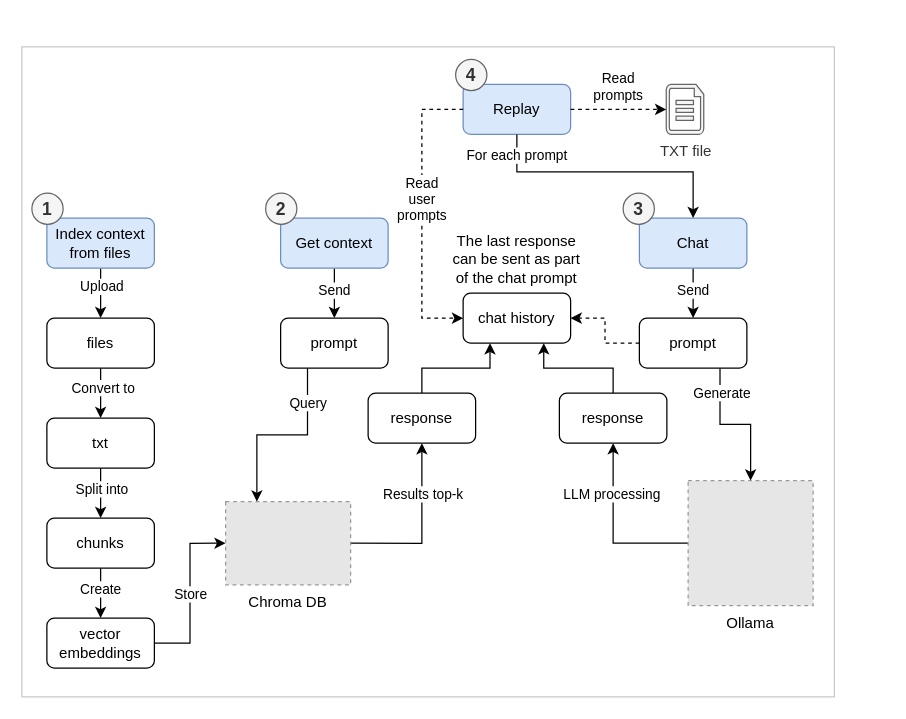
Earlier version of the draw.io diagram doc/app_flow.drawio (intentor/llm-workbench). Source tidied: cells renumbered, new cells numbered last; positions are measured from the earlier drawing's top-left corner, leaving out a move shared by most shapes. Both pictures are drawn from the tidied source at 125%, with x=0, y=0 at pixel (21, 46). Pictures stored in the file or linked from it are replaced by grey dashed boxes.
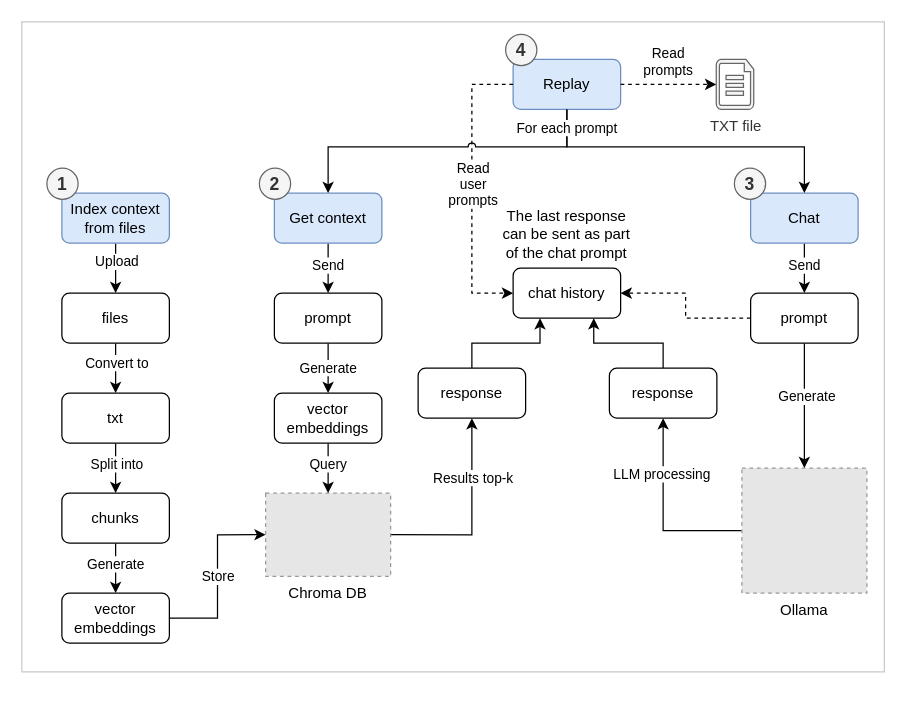
After the change.

Commit message (it also covers changes not shown here):
Update app flow on getting context data

Unchanged cells that the change refers to:
```xml
<mxCell id="14" style="edgeStyle=orthogonalEdgeStyle;rounded=0;jettySize=auto;html=1;entryX=0.5;entryY=0;entryDx=0;entryDy=0;" parent="1" edge="1" source="16" target="13">
  <mxGeometry relative="1" as="geometry" />
</mxCell>
<mxCell id="40" value="Get context" style="rounded=1;whiteSpace=wrap;html=1;fillColor=#dae8fc;strokeColor=#6c8ebf;" parent="39" vertex="1">
  <mxGeometry x="12" y="20" width="86" height="40" as="geometry" />
</mxCell>
<mxCell id="43" value="Chat" style="rounded=1;whiteSpace=wrap;html=1;fillColor=#dae8fc;strokeColor=#6c8ebf;" parent="42" vertex="1">
  <mxGeometry x="13" y="20" width="86" height="40" as="geometry" />
</mxCell>
<mxCell id="46" value="Replay" style="rounded=1;whiteSpace=wrap;html=1;fillColor=#dae8fc;strokeColor=#6c8ebf;" parent="45" vertex="1">
  <mxGeometry x="6" y="20" width="86" height="40" as="geometry" />
</mxCell>
```

Change to the diagram source:
```diff
@@
     <mxCell id="2" style="rounded=0;whiteSpace=wrap;html=1;strokeColor=#C9C9C9;" parent="1" vertex="1">
-      <mxGeometry width="650" height="520" as="geometry" />
+      <mxGeometry y="-20" width="690" height="520" as="geometry" />
     </mxCell>
     <mxCell id="3" style="edgeStyle=orthogonalEdgeStyle;rounded=0;jettySize=auto;html=1;exitX=1;exitY=0.5;exitDx=0;exitDy=0;entryX=0.5;entryY=1;entryDx=0;entryDy=0;" parent="1" edge="1" source="5" target="32">
       <mxGeometry relative="1" as="geometry">
         <Array as="points">
-          <mxPoint x="320" y="397" />
+          <mxPoint x="360" y="390" />
         </Array>
       </mxGeometry>
     </mxCell>
@@
     <mxCell id="5" value="Chroma DB" style="fillColor=#E6E6E6;strokeColor=#999999;dashed=1;verticalLabelPosition=bottom;labelBackgroundColor=default;verticalAlign=top;" parent="1" vertex="1">
-      <mxGeometry x="163" y="363.8" width="100" height="66.5" as="geometry" />
+      <mxGeometry x="195" y="357" width="100" height="66.5" as="geometry" />
     </mxCell>
@@
     <mxCell id="8" value="Ollama" style="fillColor=#E6E6E6;strokeColor=#999999;dashed=1;verticalLabelPosition=bottom;labelBackgroundColor=default;verticalAlign=top;" parent="1" vertex="1">
-      <mxGeometry x="533" y="347" width="100" height="100" as="geometry" />
+      <mxGeometry x="576" y="337" width="100" height="100" as="geometry" />
     </mxCell>
@@
     <mxCell id="13" value="txt" style="rounded=1;whiteSpace=wrap;html=1;" parent="1" vertex="1">
-      <mxGeometry x="20" y="297" width="86" height="40" as="geometry" />
+      <mxGeometry x="32" y="277" width="86" height="40" as="geometry" />
     </mxCell>
@@
     <mxCell id="15" value="Convert to" style="edgeLabel;html=1;align=center;verticalAlign=middle;" parent="14" vertex="1">
       <mxGeometry x="-0.3" y="1" relative="1" as="geometry">
-        <mxPoint y="1" as="offset" />
+        <mxPoint x="-1" y="1" as="offset" />
       </mxGeometry>
     </mxCell>
     <mxCell id="16" value="files" style="rounded=1;whiteSpace=wrap;html=1;" parent="1" vertex="1">
-      <mxGeometry x="20" y="217" width="86" height="40" as="geometry" />
+      <mxGeometry x="32" y="197" width="86" height="40" as="geometry" />
     </mxCell>
@@
     <mxCell id="18" value="vector embeddings" style="rounded=1;whiteSpace=wrap;html=1;" parent="1" vertex="1">
-      <mxGeometry x="20" y="457" width="86" height="40" as="geometry" />
+      <mxGeometry x="32" y="437" width="86" height="40" as="geometry" />
     </mxCell>
@@
-    <mxCell id="23" style="edgeStyle=orthogonalEdgeStyle;rounded=0;jettySize=auto;html=1;entryX=0.25;entryY=0;entryDx=0;entryDy=0;exitX=0.25;exitY=1;exitDx=0;exitDy=0;" parent="1" edge="1" source="25" target="5">
-      <mxGeometry relative="1" as="geometry" />
-    </mxCell>
-    <mxCell id="24" value="Query" style="edgeLabel;html=1;align=center;verticalAlign=middle;" parent="23" vertex="1">
-      <mxGeometry x="-0.7" relative="1" as="geometry">
-        <mxPoint y="5" as="offset" />
-      </mxGeometry>
-    </mxCell>
+    <mxCell id="58" value="Generate" style="edgeStyle=orthogonalEdgeStyle;rounded=0;jettySize=auto;html=1;exitX=0.5;exitY=1;exitDx=0;exitDy=0;" parent="1" edge="1" source="25" target="61">
+      <mxGeometry relative="1" as="geometry" />
+    </mxCell>
     <mxCell id="25" value="prompt" style="rounded=1;whiteSpace=wrap;html=1;" parent="1" vertex="1">
-      <mxGeometry x="207" y="217" width="86" height="40" as="geometry" />
+      <mxGeometry x="202" y="197" width="86" height="40" as="geometry" />
     </mxCell>
-    <mxCell id="26" style="edgeStyle=orthogonalEdgeStyle;rounded=0;jettySize=auto;html=1;exitX=0.75;exitY=1;exitDx=0;exitDy=0;" parent="1" edge="1" source="28" target="8">
+    <mxCell id="26" style="edgeStyle=orthogonalEdgeStyle;rounded=0;jettySize=auto;html=1;exitX=0.5;exitY=1;exitDx=0;exitDy=0;" parent="1" edge="1" source="28" target="8">
       <mxGeometry relative="1" as="geometry" />
     </mxCell>
     <mxCell id="27" value="Generate" style="edgeLabel;html=1;align=center;verticalAlign=middle;" parent="26" vertex="1">
-      <mxGeometry x="-0.66" y="1" relative="1" as="geometry" />
+      <mxGeometry x="-0.66" y="1" relative="1" as="geometry">
+        <mxPoint y="25" as="offset" />
+      </mxGeometry>
     </mxCell>
     <mxCell id="28" value="prompt" style="rounded=1;whiteSpace=wrap;html=1;" parent="1" vertex="1">
-      <mxGeometry x="494" y="217" width="86" height="40" as="geometry" />
+      <mxGeometry x="583" y="197" width="86" height="40" as="geometry" />
     </mxCell>
@@
     <mxCell id="30" value="chat history" style="rounded=1;whiteSpace=wrap;html=1;" parent="1" vertex="1">
-      <mxGeometry x="353" y="197" width="86" height="40" as="geometry" />
+      <mxGeometry x="393" y="177" width="86" height="40" as="geometry" />
     </mxCell>
@@
     <mxCell id="32" value="response" style="rounded=1;whiteSpace=wrap;html=1;" parent="1" vertex="1">
-      <mxGeometry x="277" y="277" width="86" height="40" as="geometry" />
+      <mxGeometry x="317" y="257" width="86" height="40" as="geometry" />
     </mxCell>
@@
     <mxCell id="34" value="response" style="rounded=1;whiteSpace=wrap;html=1;" parent="1" vertex="1">
-      <mxGeometry x="430" y="277" width="86" height="40" as="geometry" />
+      <mxGeometry x="470" y="257" width="86" height="40" as="geometry" />
     </mxCell>
     <mxCell id="35" value="The last response can be sent as part of the chat prompt" style="text;html=1;align=center;verticalAlign=middle;whiteSpace=wrap;rounded=0;" parent="1" vertex="1">
-      <mxGeometry x="342" y="146" width="108" height="47" as="geometry" />
+      <mxGeometry x="382" y="126" width="108" height="47" as="geometry" />
     </mxCell>
     <mxCell id="36" style="group;" parent="1" vertex="1">
-      <mxGeometry x="8" y="117" width="98" height="60" as="geometry" />
+      <mxGeometry x="20" y="97" width="98" height="60" as="geometry" />
     </mxCell>
@@
     <mxCell id="39" style="group;" parent="1" vertex="1">
-      <mxGeometry x="195" y="117" width="98" height="60" as="geometry" />
+      <mxGeometry x="190" y="97" width="98" height="60" as="geometry" />
     </mxCell>
@@
     <mxCell id="42" style="group;" parent="1" vertex="1">
-      <mxGeometry x="481" y="117" width="99" height="60" as="geometry" />
+      <mxGeometry x="570" y="97" width="99" height="60" as="geometry" />
     </mxCell>
@@
     <mxCell id="45" style="group;" parent="1" vertex="1">
-      <mxGeometry x="347" y="10" width="98" height="60" as="geometry" />
+      <mxGeometry x="387" y="-10" width="98" height="60" as="geometry" />
     </mxCell>
@@
     <mxCell id="48" value="TXT file" style="verticalLabelPosition=bottom;html=1;verticalAlign=top;align=center;strokeColor=#666666;fillColor=#f5f5f5;shape=mxgraph.azure.cloud_services_configuration_file;fontColor=#333333;" parent="1" vertex="1">
-      <mxGeometry x="515.5" y="30" width="30" height="40" as="geometry" />
+      <mxGeometry x="555.5" y="10" width="30" height="40" as="geometry" />
     </mxCell>
@@
     <mxCell id="51" style="edgeStyle=orthogonalEdgeStyle;rounded=0;jettySize=auto;html=1;exitX=0;exitY=0.5;exitDx=0;exitDy=0;entryX=0;entryY=0.5;entryDx=0;entryDy=0;dashed=1;" parent="1" edge="1" source="46" target="30">
       <mxGeometry relative="1" as="geometry">
         <Array as="points">
-          <mxPoint x="320" y="50" />
-          <mxPoint x="320" y="217" />
+          <mxPoint x="360" y="30" />
+          <mxPoint x="360" y="197" />
         </Array>
       </mxGeometry>
     </mxCell>
     <mxCell id="52" value="Read&lt;div&gt;user&lt;br&gt;&lt;div&gt;prompts&lt;/div&gt;&lt;/div&gt;" style="edgeLabel;html=1;align=center;verticalAlign=middle;" parent="51" vertex="1">
       <mxGeometry x="-0.25" y="-1" relative="1" as="geometry">
-        <mxPoint y="17" as="offset" />
+        <mxPoint x="1" y="25" as="offset" />
       </mxGeometry>
     </mxCell>
+    <mxCell id="55" style="edgeStyle=orthogonalEdgeStyle;rounded=0;jettySize=auto;html=1;exitX=0.5;exitY=1;exitDx=0;exitDy=0;entryX=0.5;entryY=0;entryDx=0;entryDy=0;" parent="1" edge="1" source="57" target="18">
+      <mxGeometry relative="1" as="geometry" />
+    </mxCell>
+    <mxCell id="56" value="Generate" style="edgeLabel;html=1;align=center;verticalAlign=middle;" parent="55" vertex="1">
+      <mxGeometry x="-0.2" y="2" relative="1" as="geometry">
+        <mxPoint x="-3" as="offset" />
+      </mxGeometry>
+    </mxCell>
+    <mxCell id="59" style="edgeStyle=orthogonalEdgeStyle;rounded=0;jettySize=auto;html=1;entryX=0.5;entryY=0;entryDx=0;entryDy=0;jumpStyle=arc;" parent="1" edge="1" source="46" target="40">
+      <mxGeometry relative="1" as="geometry">
+        <Array as="points">
+          <mxPoint x="436" y="80" />
+          <mxPoint x="245" y="80" />
+        </Array>
+      </mxGeometry>
+    </mxCell>
+    <mxCell id="57" value="chunks" style="rounded=1;whiteSpace=wrap;html=1;" parent="1" vertex="1">
+      <mxGeometry x="32" y="357" width="86" height="40" as="geometry" />
+    </mxCell>
+    <mxCell id="60" style="edgeStyle=orthogonalEdgeStyle;rounded=0;jettySize=auto;html=1;exitX=0.5;exitY=1;exitDx=0;exitDy=0;entryX=0.5;entryY=0;entryDx=0;entryDy=0;" parent="1" edge="1" source="61" target="5">
+      <mxGeometry relative="1" as="geometry" />
+    </mxCell>
+    <mxCell id="24" value="Query" style="edgeLabel;html=1;align=center;verticalAlign=middle;" parent="60" vertex="1">
+      <mxGeometry x="0.15" y="1" relative="1" as="geometry">
+        <mxPoint x="-2" y="-7" as="offset" />
+      </mxGeometry>
+    </mxCell>
+    <mxCell id="61" value="vector embeddings" style="rounded=1;whiteSpace=wrap;html=1;" parent="1" vertex="1">
+      <mxGeometry x="202" y="277" width="86" height="40" as="geometry" />
+    </mxCell>
     <mxCell id="53" style="edgeStyle=orthogonalEdgeStyle;rounded=0;jettySize=auto;html=1;entryX=0.5;entryY=0;entryDx=0;entryDy=0;exitX=0.5;exitY=1;exitDx=0;exitDy=0;" parent="1" edge="1" source="46" target="43">
       <mxGeometry relative="1" as="geometry">
         <Array as="points">
-          <mxPoint x="396" y="100" />
-          <mxPoint x="537" y="100" />
+          <mxPoint x="436" y="80" />
+          <mxPoint x="626" y="80" />
         </Array>
       </mxGeometry>
     </mxCell>
     <mxCell id="54" value="For each prompt" style="edgeLabel;html=1;align=center;verticalAlign=middle;" parent="53" vertex="1">
-      <mxGeometry x="-0.85" y="-1" relative="1" as="geometry" />
+      <mxGeometry x="-0.85" y="-1" relative="1" as="geometry">
+        <mxPoint y="-5" as="offset" />
+      </mxGeometry>
     </mxCell>
-    <mxCell id="55" style="edgeStyle=orthogonalEdgeStyle;rounded=0;jettySize=auto;html=1;exitX=0.5;exitY=1;exitDx=0;exitDy=0;entryX=0.5;entryY=0;entryDx=0;entryDy=0;" parent="1" edge="1" source="57" target="18">
-      <mxGeometry relative="1" as="geometry" />
-    </mxCell>
-    <mxCell id="56" value="Create" style="edgeLabel;html=1;align=center;verticalAlign=middle;" parent="55" vertex="1">
-      <mxGeometry x="-0.2" y="2" relative="1" as="geometry">
-        <mxPoint x="-3" as="offset" />
-      </mxGeometry>
-    </mxCell>
-    <mxCell id="57" value="chunks" style="rounded=1;whiteSpace=wrap;html=1;" parent="1" vertex="1">
-      <mxGeometry x="20" y="377" width="86" height="40" as="geometry" />
-    </mxCell>
```
